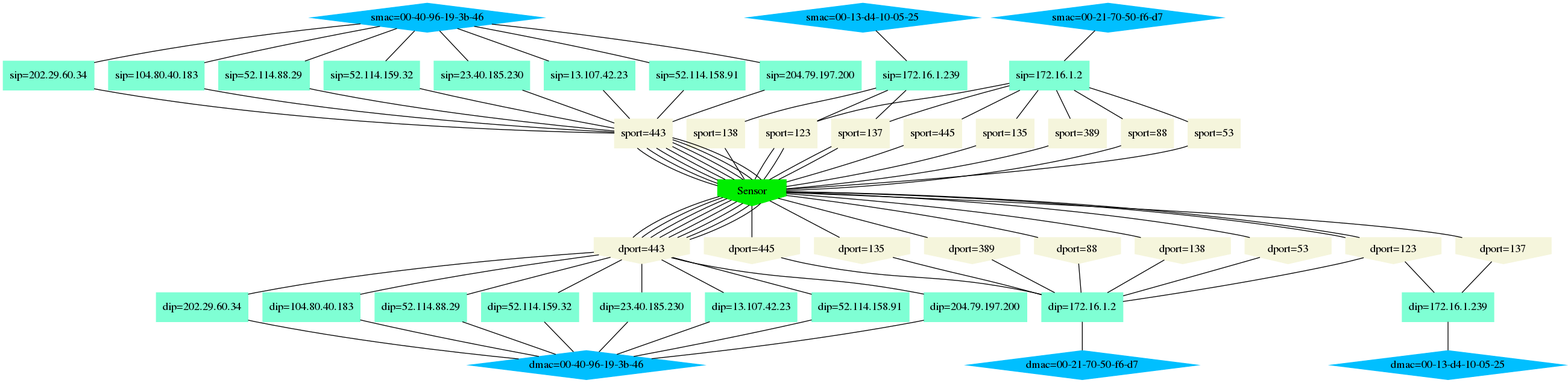
Above: static/img/ingraphic.png in HuynhLeHoang/DoAn (Graphviz), before the change. Its source is kept beside it as static/img/ingraphic.gv.
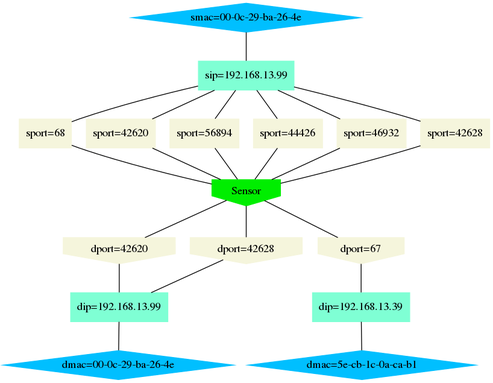
After the change.

Change to the diagram source:
```diff
@@ -1,168 +1,39 @@
 graph {
-	"sip=23.40.185.230" [label="sip=23.40.185.230" color=aquamarine shape=box style=filled]
-	"sip=13.107.42.23" [label="sip=13.107.42.23" color=aquamarine shape=box style=filled]
-	"sip=52.114.158.91" [label="sip=52.114.158.91" color=aquamarine shape=box style=filled]
-	"sip=204.79.197.200" [label="sip=204.79.197.200" color=aquamarine shape=box style=filled]
-	"sip=202.29.60.34" [label="sip=202.29.60.34" color=aquamarine shape=box style=filled]
-	"sip=172.16.1.2" [label="sip=172.16.1.2" color=aquamarine shape=box style=filled]
-	"sip=172.16.1.239" [label="sip=172.16.1.239" color=aquamarine shape=box style=filled]
-	"sip=104.80.40.183" [label="sip=104.80.40.183" color=aquamarine shape=box style=filled]
-	"sip=52.114.88.29" [label="sip=52.114.88.29" color=aquamarine shape=box style=filled]
-	"sip=52.114.159.32" [label="sip=52.114.159.32" color=aquamarine shape=box style=filled]
+	"sip=192.168.13.99" [label="sip=192.168.13.99" color=aquamarine shape=box style=filled]
 	Sensor [label=Sensor color=green2 shape=invhouse style=filled]
-	"dip=23.40.185.230" [label="dip=23.40.185.230" color=aquamarine shape=box style=filled]
-	"dip=13.107.42.23" [label="dip=13.107.42.23" color=aquamarine shape=box style=filled]
-	"dip=52.114.158.91" [label="dip=52.114.158.91" color=aquamarine shape=box style=filled]
-	"dip=204.79.197.200" [label="dip=204.79.197.200" color=aquamarine shape=box style=filled]
-	"dip=202.29.60.34" [label="dip=202.29.60.34" color=aquamarine shape=box style=filled]
-	"dip=172.16.1.2" [label="dip=172.16.1.2" color=aquamarine shape=box style=filled]
-	"dip=172.16.1.239" [label="dip=172.16.1.239" color=aquamarine shape=box style=filled]
-	"dip=104.80.40.183" [label="dip=104.80.40.183" color=aquamarine shape=box style=filled]
-	"dip=52.114.88.29" [label="dip=52.114.88.29" color=aquamarine shape=box style=filled]
-	"dip=52.114.159.32" [label="dip=52.114.159.32" color=aquamarine shape=box style=filled]
-	"sport=443" [label="sport=443" color=beige shape=box style=filled]
-	"sip=104.80.40.183" -- "sport=443"
-	"sport=443" -- Sensor
-	"sport=138" [label="sport=138" color=beige shape=box style=filled]
-	"sip=172.16.1.239" -- "sport=138"
-	"sport=138" -- Sensor
-	"sport=137" [label="sport=137" color=beige shape=box style=filled]
-	"sip=172.16.1.2" -- "sport=137"
-	"sport=137" -- Sensor
-	"sport=443" [label="sport=443" color=beige shape=box style=filled]
-	"sip=52.114.88.29" -- "sport=443"
-	"sport=443" -- Sensor
-	"sport=443" [label="sport=443" color=beige shape=box style=filled]
-	"sip=52.114.158.91" -- "sport=443"
-	"sport=443" -- Sensor
-	"sport=443" [label="sport=443" color=beige shape=box style=filled]
-	"sip=23.40.185.230" -- "sport=443"
-	"sport=443" -- Sensor
-	"sport=443" [label="sport=443" color=beige shape=box style=filled]
-	"sip=204.79.197.200" -- "sport=443"
-	"sport=443" -- Sensor
-	"sport=443" [label="sport=443" color=beige shape=box style=filled]
-	"sip=13.107.42.23" -- "sport=443"
-	"sport=443" -- Sensor
-	"sport=443" [label="sport=443" color=beige shape=box style=filled]
-	"sip=52.114.159.32" -- "sport=443"
-	"sport=443" -- Sensor
-	"sport=88" [label="sport=88" color=beige shape=box style=filled]
-	"sip=172.16.1.2" -- "sport=88"
-	"sport=88" -- Sensor
-	"sport=53" [label="sport=53" color=beige shape=box style=filled]
-	"sip=172.16.1.2" -- "sport=53"
-	"sport=53" -- Sensor
-	"sport=137" [label="sport=137" color=beige shape=box style=filled]
-	"sip=172.16.1.239" -- "sport=137"
-	"sport=137" -- Sensor
-	"sport=443" [label="sport=443" color=beige shape=box style=filled]
-	"sip=202.29.60.34" -- "sport=443"
-	"sport=443" -- Sensor
-	"sport=445" [label="sport=445" color=beige shape=box style=filled]
-	"sip=172.16.1.2" -- "sport=445"
-	"sport=445" -- Sensor
-	"sport=135" [label="sport=135" color=beige shape=box style=filled]
-	"sip=172.16.1.2" -- "sport=135"
-	"sport=135" -- Sensor
-	"sport=389" [label="sport=389" color=beige shape=box style=filled]
-	"sip=172.16.1.2" -- "sport=389"
-	"sport=389" -- Sensor
-	"sport=123" [label="sport=123" color=beige shape=box style=filled]
-	"sip=172.16.1.239" -- "sport=123"
-	"sport=123" -- Sensor
-	"sport=123" [label="sport=123" color=beige shape=box style=filled]
-	"sip=172.16.1.2" -- "sport=123"
-	"sport=123" -- Sensor
-	"dport=443" [label="dport=443" color=beige shape=invhouse style=filled]
-	"dport=443" -- "dip=104.80.40.183"
-	Sensor -- "dport=443"
-	"dport=443" [label="dport=443" color=beige shape=invhouse style=filled]
-	"dport=443" -- "dip=52.114.88.29"
-	Sensor -- "dport=443"
-	"dport=443" [label="dport=443" color=beige shape=invhouse style=filled]
-	"dport=443" -- "dip=52.114.158.91"
-	Sensor -- "dport=443"
-	"dport=443" [label="dport=443" color=beige shape=invhouse style=filled]
-	"dport=443" -- "dip=23.40.185.230"
-	Sensor -- "dport=443"
-	"dport=443" [label="dport=443" color=beige shape=invhouse style=filled]
-	"dport=443" -- "dip=204.79.197.200"
-	Sensor -- "dport=443"
-	"dport=443" [label="dport=443" color=beige shape=invhouse style=filled]
-	"dport=443" -- "dip=13.107.42.23"
-	Sensor -- "dport=443"
-	"dport=443" [label="dport=443" color=beige shape=invhouse style=filled]
-	"dport=443" -- "dip=52.114.159.32"
-	Sensor -- "dport=443"
-	"dport=88" [label="dport=88" color=beige shape=invhouse style=filled]
-	"dport=88" -- "dip=172.16.1.2"
-	Sensor -- "dport=88"
-	"dport=138" [label="dport=138" color=beige shape=invhouse style=filled]
-	"dport=138" -- "dip=172.16.1.2"
-	Sensor -- "dport=138"
-	"dport=53" [label="dport=53" color=beige shape=invhouse style=filled]
-	"dport=53" -- "dip=172.16.1.2"
-	Sensor -- "dport=53"
-	"dport=137" [label="dport=137" color=beige shape=invhouse style=filled]
-	"dport=137" -- "dip=172.16.1.239"
-	Sensor -- "dport=137"
-	"dport=443" [label="dport=443" color=beige shape=invhouse style=filled]
-	"dport=443" -- "dip=202.29.60.34"
-	Sensor -- "dport=443"
-	"dport=445" [label="dport=445" color=beige shape=invhouse style=filled]
-	"dport=445" -- "dip=172.16.1.2"
-	Sensor -- "dport=445"
-	"dport=135" [label="dport=135" color=beige shape=invhouse style=filled]
-	"dport=135" -- "dip=172.16.1.2"
-	Sensor -- "dport=135"
-	"dport=389" [label="dport=389" color=beige shape=invhouse style=filled]
-	"dport=389" -- "dip=172.16.1.2"
-	Sensor -- "dport=389"
-	"dport=123" [label="dport=123" color=beige shape=invhouse style=filled]
-	"dport=123" -- "dip=172.16.1.239"
-	Sensor -- "dport=123"
-	"dport=123" [label="dport=123" color=beige shape=invhouse style=filled]
-	"dport=123" -- "dip=172.16.1.2"
-	Sensor -- "dport=123"
-	"smac=00-13-d4-10-05-25" [label="smac=00-13-d4-10-05-25" color=deepskyblue shape=diamond style=filled]
-	"smac=00-13-d4-10-05-25" -- "sip=172.16.1.239"
-	"dmac=00-13-d4-10-05-25" [label="dmac=00-13-d4-10-05-25" color=deepskyblue shape=diamond style=filled]
-	"dip=172.16.1.239" -- "dmac=00-13-d4-10-05-25"
-	"smac=00-21-70-50-f6-d7" [label="smac=00-21-70-50-f6-d7" color=deepskyblue shape=diamond style=filled]
-	"smac=00-21-70-50-f6-d7" -- "sip=172.16.1.2"
-	"dmac=00-21-70-50-f6-d7" [label="dmac=00-21-70-50-f6-d7" color=deepskyblue shape=diamond style=filled]
-	"dip=172.16.1.2" -- "dmac=00-21-70-50-f6-d7"
-	"smac=00-40-96-19-3b-46" [label="smac=00-40-96-19-3b-46" color=deepskyblue shape=diamond style=filled]
-	"smac=00-40-96-19-3b-46" -- "sip=52.114.158.91"
-	"dmac=00-40-96-19-3b-46" [label="dmac=00-40-96-19-3b-46" color=deepskyblue shape=diamond style=filled]
-	"dip=52.114.158.91" -- "dmac=00-40-96-19-3b-46"
-	"smac=00-40-96-19-3b-46" [label="smac=00-40-96-19-3b-46" color=deepskyblue shape=diamond style=filled]
-	"smac=00-40-96-19-3b-46" -- "sip=52.114.88.29"
-	"dmac=00-40-96-19-3b-46" [label="dmac=00-40-96-19-3b-46" color=deepskyblue shape=diamond style=filled]
-	"dip=52.114.88.29" -- "dmac=00-40-96-19-3b-46"
-	"smac=00-40-96-19-3b-46" [label="smac=00-40-96-19-3b-46" color=deepskyblue shape=diamond style=filled]
-	"smac=00-40-96-19-3b-46" -- "sip=204.79.197.200"
-	"dmac=00-40-96-19-3b-46" [label="dmac=00-40-96-19-3b-46" color=deepskyblue shape=diamond style=filled]
-	"dip=204.79.197.200" -- "dmac=00-40-96-19-3b-46"
-	"smac=00-40-96-19-3b-46" [label="smac=00-40-96-19-3b-46" color=deepskyblue shape=diamond style=filled]
-	"smac=00-40-96-19-3b-46" -- "sip=13.107.42.23"
-	"dmac=00-40-96-19-3b-46" [label="dmac=00-40-96-19-3b-46" color=deepskyblue shape=diamond style=filled]
-	"dip=13.107.42.23" -- "dmac=00-40-96-19-3b-46"
-	"smac=00-40-96-19-3b-46" [label="smac=00-40-96-19-3b-46" color=deepskyblue shape=diamond style=filled]
-	"smac=00-40-96-19-3b-46" -- "sip=23.40.185.230"
-	"dmac=00-40-96-19-3b-46" [label="dmac=00-40-96-19-3b-46" color=deepskyblue shape=diamond style=filled]
-	"dip=23.40.185.230" -- "dmac=00-40-96-19-3b-46"
-	"smac=00-40-96-19-3b-46" [label="smac=00-40-96-19-3b-46" color=deepskyblue shape=diamond style=filled]
-	"smac=00-40-96-19-3b-46" -- "sip=52.114.159.32"
-	"dmac=00-40-96-19-3b-46" [label="dmac=00-40-96-19-3b-46" color=deepskyblue shape=diamond style=filled]
-	"dip=52.114.159.32" -- "dmac=00-40-96-19-3b-46"
-	"smac=00-40-96-19-3b-46" [label="smac=00-40-96-19-3b-46" color=deepskyblue shape=diamond style=filled]
-	"smac=00-40-96-19-3b-46" -- "sip=104.80.40.183"
-	"dmac=00-40-96-19-3b-46" [label="dmac=00-40-96-19-3b-46" color=deepskyblue shape=diamond style=filled]
-	"dip=104.80.40.183" -- "dmac=00-40-96-19-3b-46"
-	"smac=00-40-96-19-3b-46" [label="smac=00-40-96-19-3b-46" color=deepskyblue shape=diamond style=filled]
-	"smac=00-40-96-19-3b-46" -- "sip=202.29.60.34"
-	"dmac=00-40-96-19-3b-46" [label="dmac=00-40-96-19-3b-46" color=deepskyblue shape=diamond style=filled]
-	"dip=202.29.60.34" -- "dmac=00-40-96-19-3b-46"
+	"dip=192.168.13.39" [label="dip=192.168.13.39" color=aquamarine shape=box style=filled]
+	"dip=192.168.13.99" [label="dip=192.168.13.99" color=aquamarine shape=box style=filled]
+	"sport=68" [label="sport=68" color=beige shape=box style=filled]
+	"sip=192.168.13.99" -- "sport=68"
+	"sport=68" -- Sensor
+	"sport=42620" [label="sport=42620" color=beige shape=box style=filled]
+	"sip=192.168.13.99" -- "sport=42620"
+	"sport=42620" -- Sensor
+	"sport=56894" [label="sport=56894" color=beige shape=box style=filled]
+	"sip=192.168.13.99" -- "sport=56894"
+	"sport=56894" -- Sensor
+	"sport=44426" [label="sport=44426" color=beige shape=box style=filled]
+	"sip=192.168.13.99" -- "sport=44426"
+	"sport=44426" -- Sensor
+	"sport=46932" [label="sport=46932" color=beige shape=box style=filled]
+	"sip=192.168.13.99" -- "sport=46932"
+	"sport=46932" -- Sensor
+	"sport=42628" [label="sport=42628" color=beige shape=box style=filled]
+	"sip=192.168.13.99" -- "sport=42628"
+	"sport=42628" -- Sensor
+	"dport=42620" [label="dport=42620" color=beige shape=invhouse style=filled]
+	"dport=42620" -- "dip=192.168.13.99"
+	Sensor -- "dport=42620"
+	"dport=67" [label="dport=67" color=beige shape=invhouse style=filled]
+	"dport=67" -- "dip=192.168.13.39"
+	Sensor -- "dport=67"
+	"dport=42628" [label="dport=42628" color=beige shape=invhouse style=filled]
+	"dport=42628" -- "dip=192.168.13.99"
+	Sensor -- "dport=42628"
+	"smac=00-0c-29-ba-26-4e" [label="smac=00-0c-29-ba-26-4e" color=deepskyblue shape=diamond style=filled]
+	"smac=00-0c-29-ba-26-4e" -- "sip=192.168.13.99"
+	"dmac=00-0c-29-ba-26-4e" [label="dmac=00-0c-29-ba-26-4e" color=deepskyblue shape=diamond style=filled]
+	"dip=192.168.13.99" -- "dmac=00-0c-29-ba-26-4e"
+	"dmac=5e-cb-1c-0a-ca-b1" [label="dmac=5e-cb-1c-0a-ca-b1" color=deepskyblue shape=diamond style=filled]
+	"dip=192.168.13.39" -- "dmac=5e-cb-1c-0a-ca-b1"
 }
```
